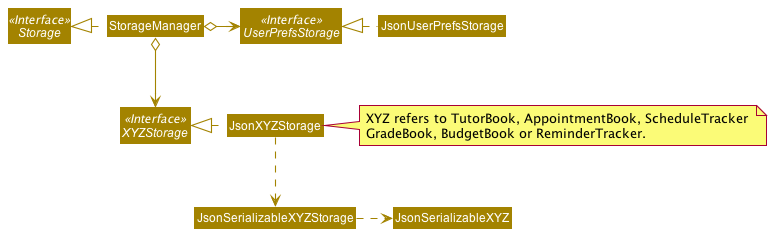
Above: docs/images/StorageClassDiagram.png in nus-cs2103-AY2021S2/tp (PlantUML), before the change.
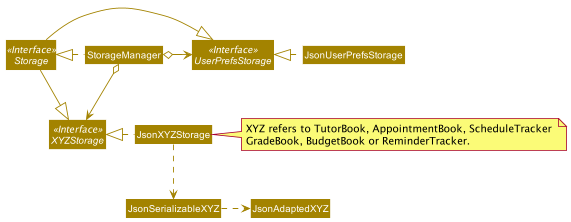
After the change.

Diff of the diagram source:
```diff
@@ -16,10 +16,13 @@
 StorageManager o-right-> UserPrefsStorage
 StorageManager o--> XYZStorage
 
+Storage -|> UserPrefsStorage
+Storage -|> XYZStorage
+
 JsonUserPrefsStorage .left.|> UserPrefsStorage
 JsonXYZStorage .left.|> XYZStorage
-JsonXYZStorage .down.> JsonSerializableXYZStorage
-JsonSerializableXYZStorage .right.> JsonSerializableXYZ
+JsonXYZStorage .down.> JsonSerializableXYZ
+JsonSerializableXYZ .right.> JsonAdaptedXYZ
 
 
 note right of JsonXYZStorage : XYZ refers to TutorBook, AppointmentBook, ScheduleTracker \nGradeBook, BudgetBook or ReminderTracker.
```
